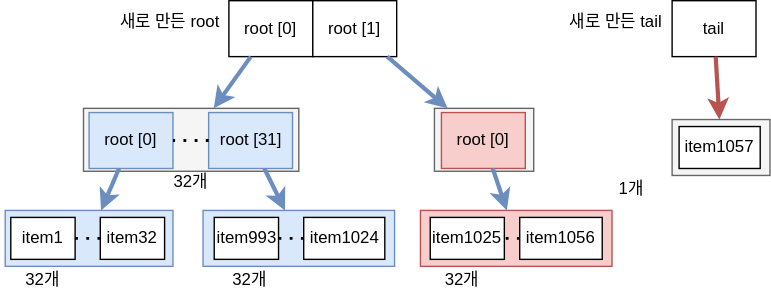
The draw.io diagram _wiki/clojure/study/vector/vector-1057-tree.svg in johngrib/johngrib.github.io, before a commit. Source tidied: cells renumbered, new cells last; positions are measured from the earlier drawing's top-left corner, leaving out a move shared by most shapes.
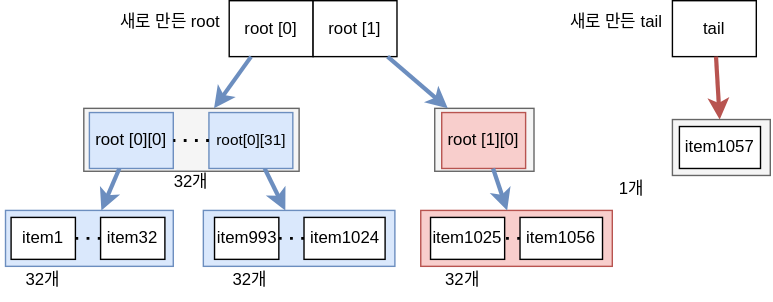
Later version of the same file.

The edit, as a diff of the source:
```diff
@@ -65,13 +65,13 @@
     <mxCell id="22" value="32개" style="text;html=1;strokeColor=none;fillColor=none;align=center;verticalAlign=middle;whiteSpace=wrap;rounded=0;" parent="1" vertex="1">
       <mxGeometry x="106" y="115" width="60" height="30" as="geometry" />
     </mxCell>
-    <mxCell id="23" value="root [0]" style="rounded=0;whiteSpace=wrap;html=1;fillColor=#dae8fc;strokeColor=#6c8ebf;" parent="1" vertex="1">
+    <mxCell id="23" value="root [0][0]" style="rounded=0;whiteSpace=wrap;html=1;fillColor=#dae8fc;strokeColor=#6c8ebf;" parent="1" vertex="1">
       <mxGeometry x="63" y="80" width="60" height="40" as="geometry" />
     </mxCell>
     <mxCell id="24" style="endArrow=classic;html=1;rounded=0;strokeWidth=3;fillColor=#dae8fc;strokeColor=#6c8ebf;" parent="1" edge="1" source="23" target="4">
       <mxGeometry relative="1" as="geometry" />
     </mxCell>
-    <mxCell id="25" value="root [31]" style="rounded=0;whiteSpace=wrap;html=1;fillColor=#dae8fc;strokeColor=#6c8ebf;" parent="1" vertex="1">
+    <mxCell id="25" value="&lt;font style=&quot;font-size: 11px&quot;&gt;root[0][31]&lt;/font&gt;" style="rounded=0;whiteSpace=wrap;html=1;fillColor=#dae8fc;strokeColor=#6c8ebf;" parent="1" vertex="1">
       <mxGeometry x="148.5" y="80" width="60" height="40" as="geometry" />
     </mxCell>
     <mxCell id="26" style="endArrow=none;dashed=1;html=1;dashPattern=1 3;strokeWidth=2;rounded=0;startArrow=none;" parent="1" edge="1" source="25" target="23">
@@ -95,7 +95,7 @@
     <mxCell id="32" value="32개" style="text;html=1;strokeColor=none;fillColor=none;align=center;verticalAlign=middle;whiteSpace=wrap;rounded=0;" parent="1" vertex="1">
       <mxGeometry x="300" y="185" width="60" height="30" as="geometry" />
     </mxCell>
-    <mxCell id="33" value="root [0]" style="rounded=0;whiteSpace=wrap;html=1;fillColor=#f8cecc;strokeColor=#b85450;" parent="1" vertex="1">
+    <mxCell id="33" value="root [1][0]" style="rounded=0;whiteSpace=wrap;html=1;fillColor=#f8cecc;strokeColor=#b85450;" parent="1" vertex="1">
       <mxGeometry x="315" y="80" width="60" height="40" as="geometry" />
     </mxCell>
     <mxCell id="34" style="endArrow=classic;html=1;rounded=0;strokeWidth=3;fillColor=#dae8fc;strokeColor=#6c8ebf;" parent="1" edge="1" source="33" target="28">
```
